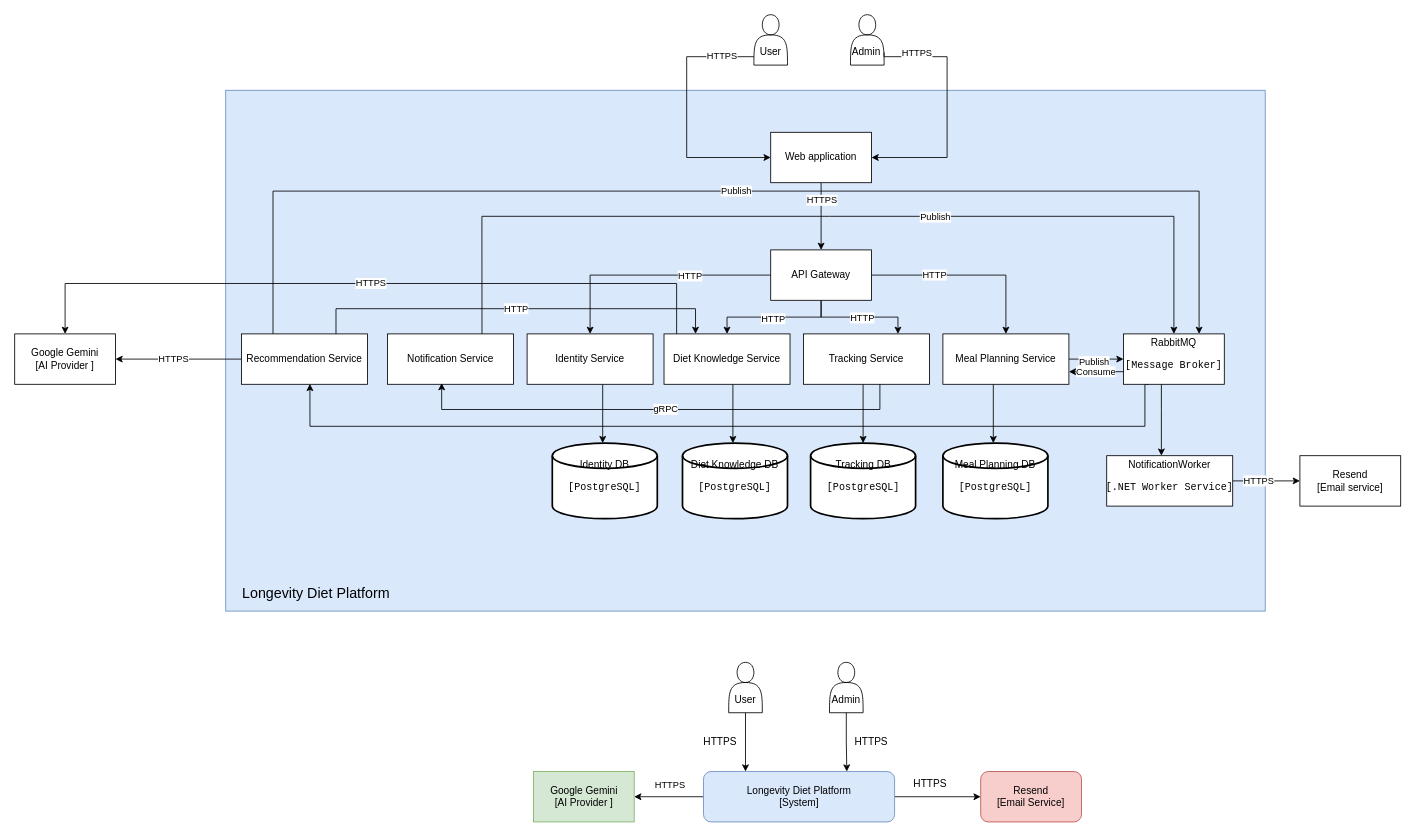
Earlier version of the draw.io diagram AsignmentDiagram.drawio (HAIANH29/PRN232_ASM_PROJECT). Source tidied: cells renumbered, new cells numbered last; positions are measured from the earlier drawing's top-left corner, leaving out a move shared by most shapes. Both pictures are drawn from the tidied source at 84%, with x=0, y=0 at pixel (14, 14).
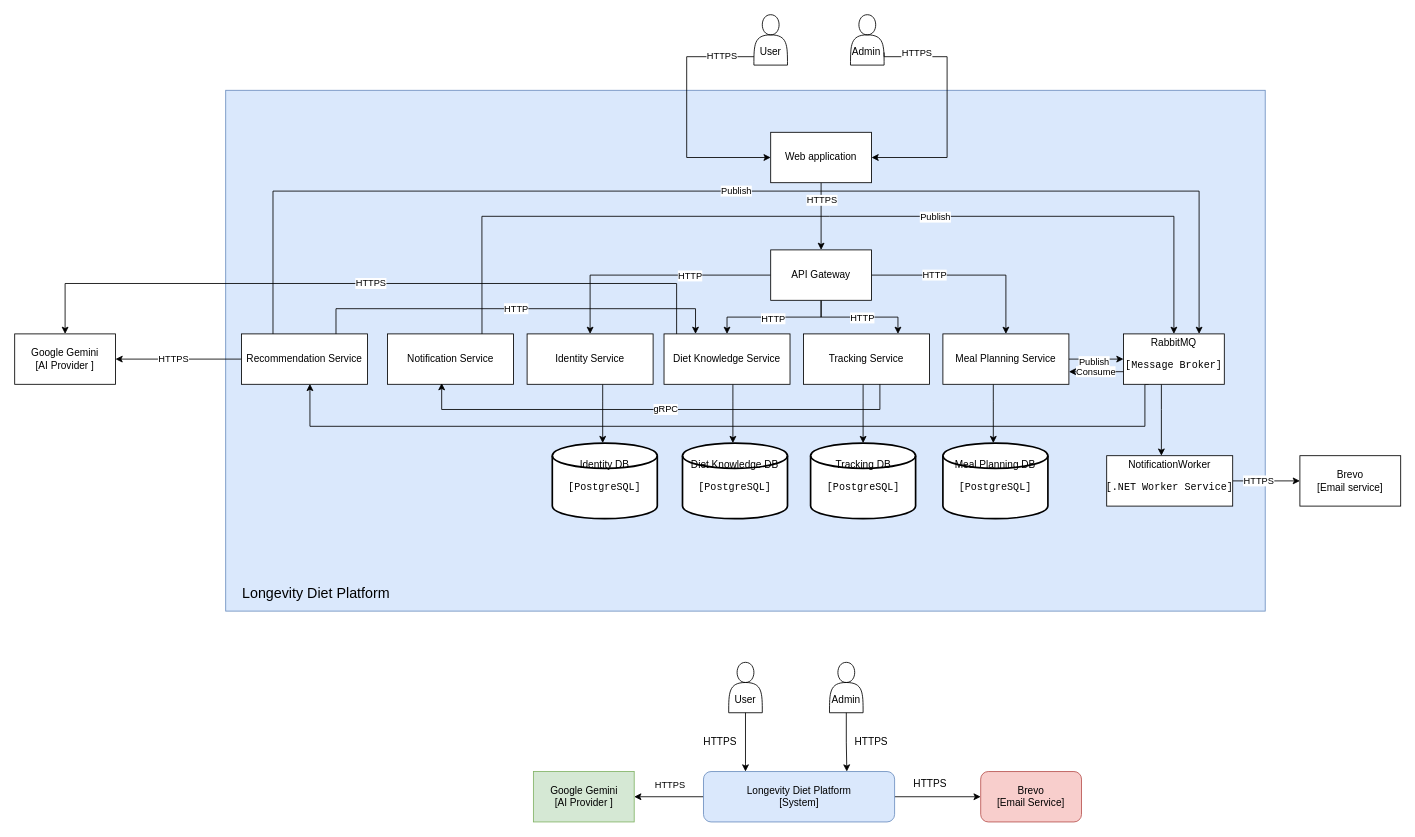
The same page after the edit.

Change to the diagram source:
```diff
@@
-    <mxCell id="43" value="Resend&lt;div&gt;[Email service]&lt;/div&gt;" style="rounded=0;whiteSpace=wrap;html=1;" parent="1" vertex="1">
+    <mxCell id="43" value="Brevo&lt;div&gt;[Email service]&lt;/div&gt;" style="rounded=0;whiteSpace=wrap;html=1;" parent="1" vertex="1">
       <mxGeometry x="1530" y="525" width="120" height="60" as="geometry" />
     </mxCell>
@@
-    <mxCell id="55" value="Resend&lt;div&gt;[Email Service]&lt;/div&gt;" style="rounded=1;whiteSpace=wrap;html=1;fillColor=#f8cecc;strokeColor=#b85450;" parent="1" vertex="1">
+    <mxCell id="55" value="Brevo&lt;div&gt;[Email Service]&lt;/div&gt;" style="rounded=1;whiteSpace=wrap;html=1;fillColor=#f8cecc;strokeColor=#b85450;" parent="1" vertex="1">
       <mxGeometry x="1150" y="901" width="120" height="60" as="geometry" />
     </mxCell>
```
